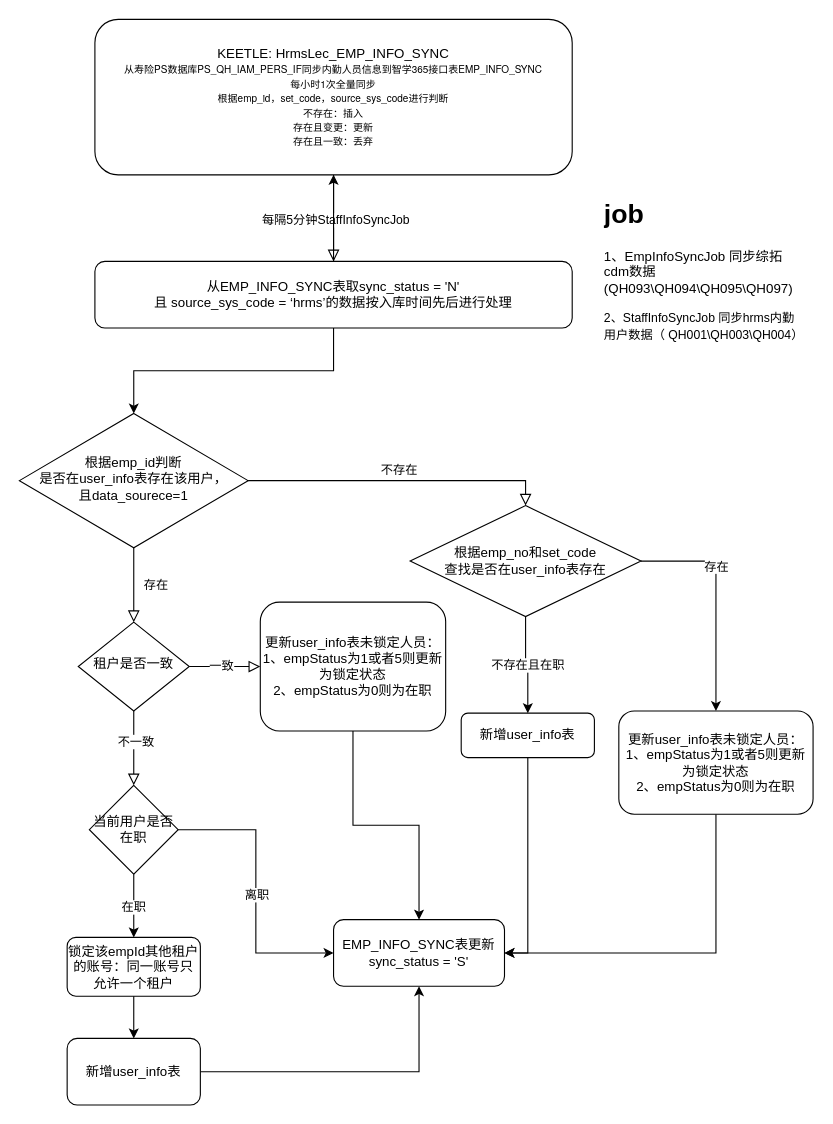
rainerpiao/cloud-computing keeps this draw.io diagram as page "员工hrms同步流程" (1 of 2) of 人员信息同步.drawio. Above is the earlier version. Source tidied: cells renumbered, new cells numbered last; positions are measured from the earlier drawing's top-left corner, leaving out a move shared by most shapes. Both pictures are drawn from the tidied source at 111%, with x=0, y=0 at pixel (19, 19).
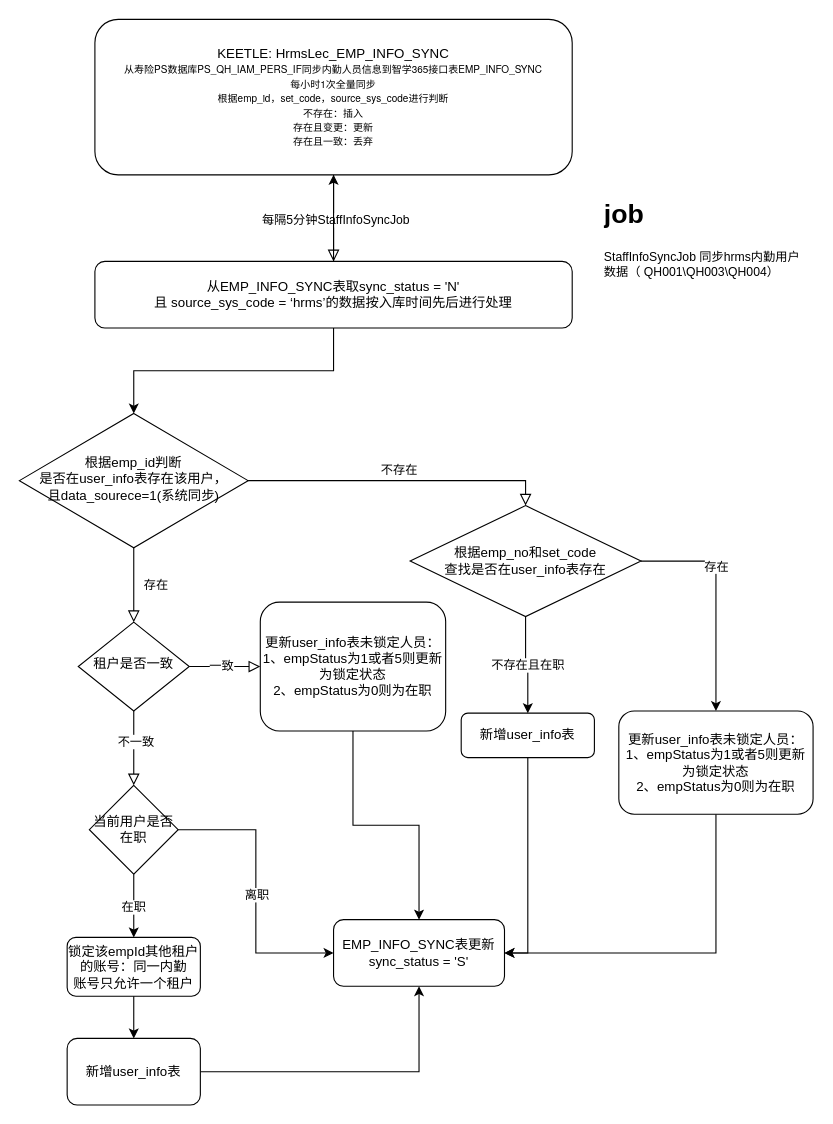
The same diagram, later.

Change to the diagram source:
```diff
@@
-    <mxCell id="7" value="根据emp_id判断&lt;br&gt;是否在user_info表存在该用户，&lt;br&gt;且data_sourece=1" style="rhombus;whiteSpace=wrap;html=1;shadow=0;fontFamily=Helvetica;fontSize=12;align=center;strokeWidth=1;spacing=6;spacingTop=-4;" parent="1" vertex="1">
+    <mxCell id="7" value="根据emp_id判断&lt;br&gt;是否在user_info表存在该用户，&lt;br&gt;且data_sourece=1(系统同步)" style="rhombus;whiteSpace=wrap;html=1;shadow=0;fontFamily=Helvetica;fontSize=12;align=center;strokeWidth=1;spacing=6;spacingTop=-4;" parent="1" vertex="1">
       <mxGeometry y="355" width="206" height="121" as="geometry" />
     </mxCell>
@@
-    <mxCell id="15" value="锁定该empId其他租户的账号：同一账号只允许一个租户" style="rounded=1;whiteSpace=wrap;html=1;fontSize=12;glass=0;strokeWidth=1;shadow=0;" parent="1" vertex="1">
+    <mxCell id="15" value="锁定该empId其他租户的账号：同一内勤&lt;br&gt;账号只允许一个租户" style="rounded=1;whiteSpace=wrap;html=1;fontSize=12;glass=0;strokeWidth=1;shadow=0;" parent="1" vertex="1">
       <mxGeometry x="43" y="827" width="120" height="53" as="geometry" />
     </mxCell>
@@
-    <mxCell id="36" value="&lt;h1&gt;job&lt;/h1&gt;&lt;p&gt;1、EmpInfoSyncJob 同步综拓cdm数据(QH093\QH094\QH095\QH097)&lt;/p&gt;&lt;span style=&quot;font-size: 11px ; text-align: center ; background-color: rgb(255 , 255 , 255)&quot;&gt;2、StaffInfoSyncJob 同步hrms内勤用户数据（&lt;span style=&quot;white-space: pre&quot;&gt; &lt;/span&gt;QH001\QH003\QH004）&lt;/span&gt;" style="text;html=1;strokeColor=none;fillColor=none;spacing=5;spacingTop=-20;whiteSpace=wrap;overflow=hidden;rounded=0;" parent="1" vertex="1">
+    <mxCell id="36" value="&lt;h1&gt;job&lt;/h1&gt;&lt;span style=&quot;font-size: 11px ; text-align: center ; background-color: rgb(255 , 255 , 255)&quot;&gt;StaffInfoSyncJob 同步hrms内勤用户数据（&lt;span style=&quot;white-space: pre&quot;&gt; &lt;/span&gt;QH001\QH003\QH004）&lt;/span&gt;" style="text;html=1;strokeColor=none;fillColor=none;spacing=5;spacingTop=-20;whiteSpace=wrap;overflow=hidden;rounded=0;" parent="1" vertex="1">
       <mxGeometry x="522" y="156" width="190" height="154" as="geometry" />
     </mxCell>
```
